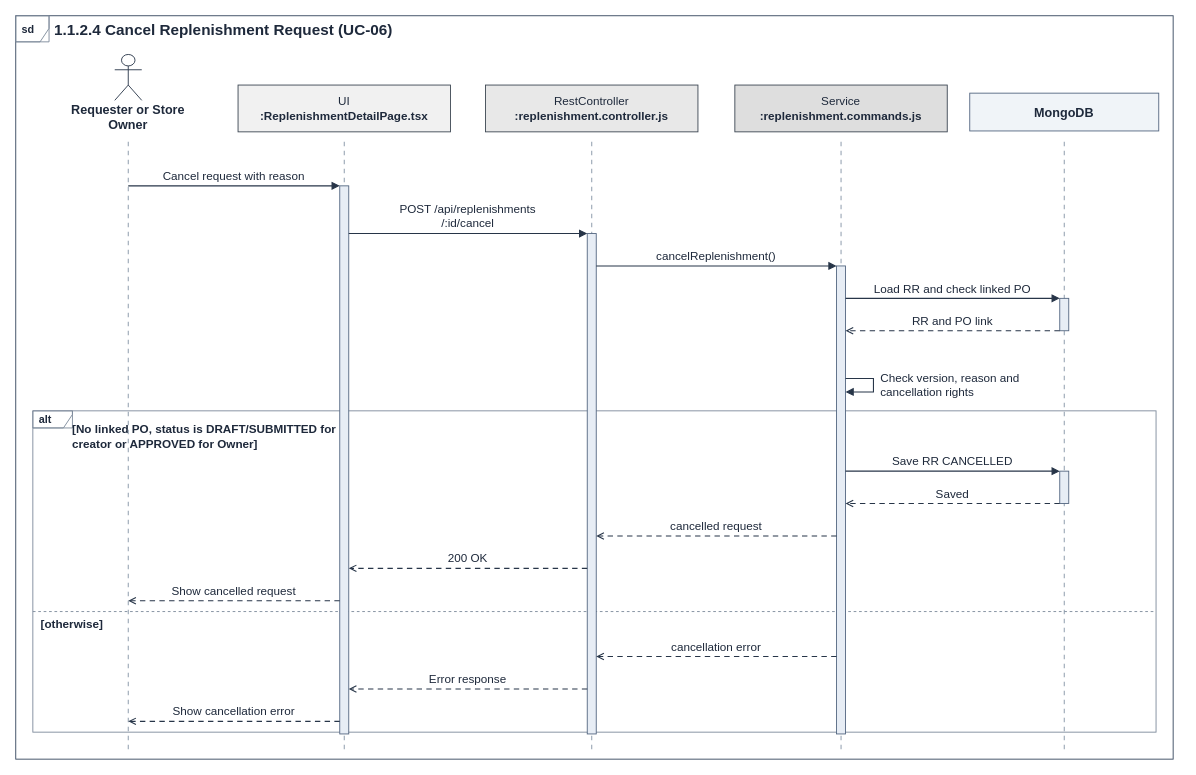
Before: page "1.1.2.4 Cancel Replenishment Request (UC-06)" (5 of 26) of git_doc/docs/04_so_do/WMSD_BF01_Diagrams.drawio in bupbalabup/wmsd_be, a draw.io diagram. Source tidied: cells renumbered, new cells numbered last; positions are measured from the earlier drawing's top-left corner, leaving out a move shared by most shapes. Both pictures are drawn from the tidied source at 90%, with x=0, y=0 at pixel (11, 11).
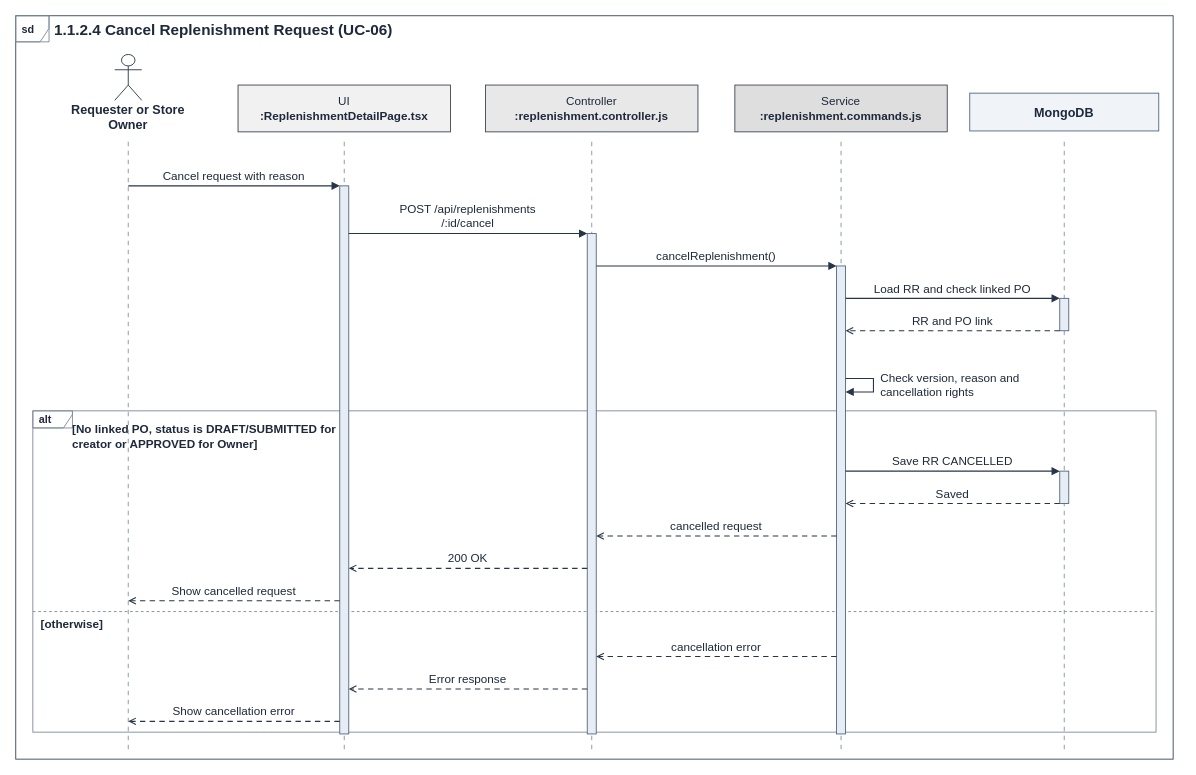
After the change.

Diff of the diagram source:
```diff
@@
-    <mxCell id="62" value="RestController&lt;br/&gt;&lt;b&gt;:replenishment.controller.js&lt;/b&gt;" style="text;html=1;strokeColor=none;fillColor=none;spacing=0;align=center;verticalAlign=middle;whiteSpace=wrap;fontFamily=Arial;fontSize=13;fontColor=#1E293B;" parent="41" vertex="1">
+    <mxCell id="62" value="Controller&lt;br/&gt;&lt;b&gt;:replenishment.controller.js&lt;/b&gt;" style="text;html=1;strokeColor=none;fillColor=none;spacing=0;align=center;verticalAlign=middle;whiteSpace=wrap;fontFamily=Arial;fontSize=13;fontColor=#1E293B;" parent="41" vertex="1">
       <mxGeometry x="529" y="83" width="232" height="50" as="geometry" />
     </mxCell>
```
